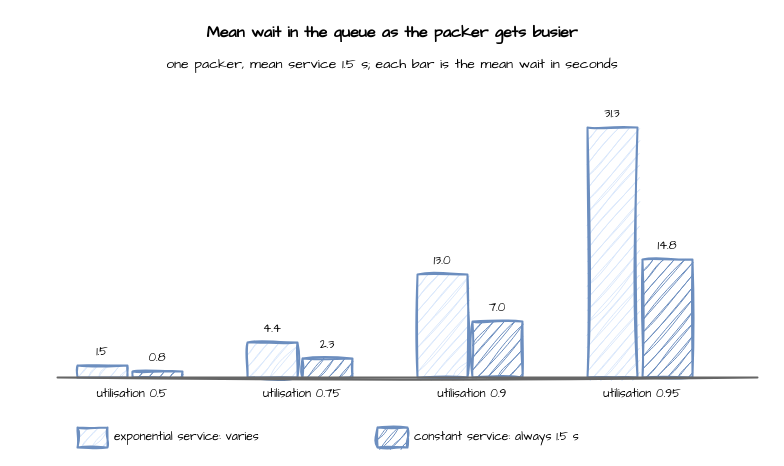
The draw.io diagram docs/assets/diagrams/wait-vs-utilization.drawio in jaehyeon-kim/desflow, before the edit. Source tidied: cells renumbered, new cells numbered last; positions are measured from the earlier drawing's top-left corner, leaving out a move shared by most shapes. Both pictures are drawn from the tidied source at 100%, with x=0, y=0 at pixel (17, 17).
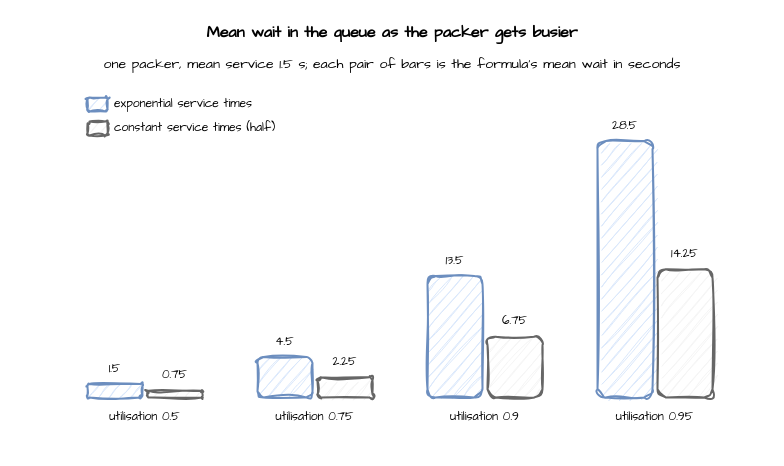
The same page after the edit.

Diff of the diagram source:
```diff
@@
-    <mxCell id="2" value="Mean wait in the queue as the packer gets busier" style="text;html=1;align=center;verticalAlign=middle;whiteSpace=wrap;fontFamily=Comic Sans MS;fontSize=16;fontStyle=1;" parent="1" vertex="1">
-      <mxGeometry width="750" height="30" as="geometry" />
-    </mxCell>
-    <mxCell id="3" value="one packer, mean service 1.5 s; each bar is the mean wait in seconds" style="text;html=1;align=center;verticalAlign=middle;whiteSpace=wrap;html=1;sketch=1;curveFitting=1;jiggle=2;fontFamily=Comic Sans MS;fontSize=14;" parent="1" vertex="1">
-      <mxGeometry y="32" width="750" height="30" as="geometry" />
+    <mxCell id="3" value="Mean wait in the queue as the packer gets busier" style="text;html=1;align=center;verticalAlign=middle;whiteSpace=wrap;sketch=1;curveFitting=1;jiggle=2;fontFamily=Comic Sans MS;fontSize=16;fontStyle=1;" parent="1" vertex="1">
+      <mxGeometry width="750" height="30" as="geometry" />
     </mxCell>
-    <mxCell id="4" style="rounded=1;whiteSpace=wrap;html=1;sketch=1;curveFitting=1;jiggle=2;fontFamily=Comic Sans MS;fontSize=14;fillColor=#dae8fc;strokeColor=#6c8ebf;strokeWidth=2;rounded=0;" parent="1" vertex="1">
-      <mxGeometry x="60" y="348" width="50" height="12" as="geometry" />
+    <mxCell id="4" value="one packer, mean service 1.5 s; each pair of bars is the formula's mean wait in seconds" style="text;html=1;align=center;verticalAlign=middle;whiteSpace=wrap;sketch=1;curveFitting=1;jiggle=2;fontFamily=Comic Sans MS;fontSize=14;" parent="1" vertex="1">
+      <mxGeometry y="32" width="750" height="30" as="geometry" />
     </mxCell>
-    <mxCell id="5" style="rounded=1;whiteSpace=wrap;html=1;sketch=1;curveFitting=1;jiggle=2;fontFamily=Comic Sans MS;fontSize=14;fillColor=#6c8ebf;strokeColor=#6c8ebf;strokeWidth=2;rounded=0;" parent="1" vertex="1">
-      <mxGeometry x="115" y="354" width="50" height="6" as="geometry" />
+    <mxCell id="5" style="rounded=1;whiteSpace=wrap;html=1;sketch=1;curveFitting=1;jiggle=2;fontFamily=Comic Sans MS;fontSize=14;fillColor=#dae8fc;strokeColor=#6c8ebf;strokeWidth=2;" parent="1" vertex="1">
+      <mxGeometry x="70" y="366.5" width="55" height="13.5" as="geometry" />
     </mxCell>
-    <mxCell id="6" value="1.5" style="text;html=1;align=center;verticalAlign=middle;whiteSpace=wrap;html=1;sketch=1;curveFitting=1;jiggle=2;fontFamily=Comic Sans MS;fontSize=14;fontSize=12;" parent="1" vertex="1">
-      <mxGeometry x="55" y="324" width="60" height="22" as="geometry" />
+    <mxCell id="6" style="rounded=1;whiteSpace=wrap;html=1;sketch=1;curveFitting=1;jiggle=2;fontFamily=Comic Sans MS;fontSize=14;fillColor=#f5f5f5;strokeColor=#666666;strokeWidth=2;" parent="1" vertex="1">
+      <mxGeometry x="130" y="373.2" width="55" height="6.8" as="geometry" />
     </mxCell>
-    <mxCell id="7" value="0.8" style="text;html=1;align=center;verticalAlign=middle;whiteSpace=wrap;html=1;sketch=1;curveFitting=1;jiggle=2;fontFamily=Comic Sans MS;fontSize=14;fontSize=12;" parent="1" vertex="1">
-      <mxGeometry x="110" y="330" width="60" height="22" as="geometry" />
+    <mxCell id="7" value="1.5" style="text;html=1;align=center;verticalAlign=middle;whiteSpace=wrap;sketch=1;curveFitting=1;jiggle=2;fontFamily=Comic Sans MS;fontSize=12;" parent="1" vertex="1">
+      <mxGeometry x="65" y="340.5" width="65" height="22" as="geometry" />
     </mxCell>
-    <mxCell id="8" value="utilisation 0.5" style="text;html=1;align=center;verticalAlign=middle;whiteSpace=wrap;html=1;sketch=1;curveFitting=1;jiggle=2;fontFamily=Comic Sans MS;fontSize=14;fontSize=12;" parent="1" vertex="1">
-      <mxGeometry x="50" y="365" width="130" height="24" as="geometry" />
+    <mxCell id="8" value="0.75" style="text;html=1;align=center;verticalAlign=middle;whiteSpace=wrap;sketch=1;curveFitting=1;jiggle=2;fontFamily=Comic Sans MS;fontSize=12;" parent="1" vertex="1">
+      <mxGeometry x="125" y="347.2" width="65" height="22" as="geometry" />
     </mxCell>
-    <mxCell id="9" style="rounded=1;whiteSpace=wrap;html=1;sketch=1;curveFitting=1;jiggle=2;fontFamily=Comic Sans MS;fontSize=14;fillColor=#dae8fc;strokeColor=#6c8ebf;strokeWidth=2;rounded=0;" parent="1" vertex="1">
-      <mxGeometry x="230" y="325" width="50" height="35" as="geometry" />
+    <mxCell id="9" value="utilisation 0.5" style="text;html=1;align=center;verticalAlign=middle;whiteSpace=wrap;sketch=1;curveFitting=1;jiggle=2;fontFamily=Comic Sans MS;fontSize=12;" parent="1" vertex="1">
+      <mxGeometry x="60" y="388" width="135" height="24" as="geometry" />
     </mxCell>
-    <mxCell id="10" style="rounded=1;whiteSpace=wrap;html=1;sketch=1;curveFitting=1;jiggle=2;fontFamily=Comic Sans MS;fontSize=14;fillColor=#6c8ebf;strokeColor=#6c8ebf;strokeWidth=2;rounded=0;" parent="1" vertex="1">
-      <mxGeometry x="285" y="341" width="50" height="19" as="geometry" />
+    <mxCell id="10" style="rounded=1;whiteSpace=wrap;html=1;sketch=1;curveFitting=1;jiggle=2;fontFamily=Comic Sans MS;fontSize=14;fillColor=#dae8fc;strokeColor=#6c8ebf;strokeWidth=2;" parent="1" vertex="1">
+      <mxGeometry x="240" y="339.5" width="55" height="40.5" as="geometry" />
     </mxCell>
-    <mxCell id="11" value="4.4" style="text;html=1;align=center;verticalAlign=middle;whiteSpace=wrap;html=1;sketch=1;curveFitting=1;jiggle=2;fontFamily=Comic Sans MS;fontSize=14;fontSize=12;" parent="1" vertex="1">
-      <mxGeometry x="225" y="301" width="60" height="22" as="geometry" />
+    <mxCell id="11" style="rounded=1;whiteSpace=wrap;html=1;sketch=1;curveFitting=1;jiggle=2;fontFamily=Comic Sans MS;fontSize=14;fillColor=#f5f5f5;strokeColor=#666666;strokeWidth=2;" parent="1" vertex="1">
+      <mxGeometry x="300" y="359.8" width="55" height="20.2" as="geometry" />
     </mxCell>
-    <mxCell id="12" value="2.3" style="text;html=1;align=center;verticalAlign=middle;whiteSpace=wrap;html=1;sketch=1;curveFitting=1;jiggle=2;fontFamily=Comic Sans MS;fontSize=14;fontSize=12;" parent="1" vertex="1">
-      <mxGeometry x="280" y="317" width="60" height="22" as="geometry" />
+    <mxCell id="12" value="4.5" style="text;html=1;align=center;verticalAlign=middle;whiteSpace=wrap;sketch=1;curveFitting=1;jiggle=2;fontFamily=Comic Sans MS;fontSize=12;" parent="1" vertex="1">
+      <mxGeometry x="235" y="313.5" width="65" height="22" as="geometry" />
     </mxCell>
-    <mxCell id="13" value="utilisation 0.75" style="text;html=1;align=center;verticalAlign=middle;whiteSpace=wrap;html=1;sketch=1;curveFitting=1;jiggle=2;fontFamily=Comic Sans MS;fontSize=14;fontSize=12;" parent="1" vertex="1">
-      <mxGeometry x="220" y="365" width="130" height="24" as="geometry" />
+    <mxCell id="13" value="2.25" style="text;html=1;align=center;verticalAlign=middle;whiteSpace=wrap;sketch=1;curveFitting=1;jiggle=2;fontFamily=Comic Sans MS;fontSize=12;" parent="1" vertex="1">
+      <mxGeometry x="295" y="333.8" width="65" height="22" as="geometry" />
     </mxCell>
-    <mxCell id="14" style="rounded=1;whiteSpace=wrap;html=1;sketch=1;curveFitting=1;jiggle=2;fontFamily=Comic Sans MS;fontSize=14;fillColor=#dae8fc;strokeColor=#6c8ebf;strokeWidth=2;rounded=0;" parent="1" vertex="1">
-      <mxGeometry x="400" y="257" width="50" height="103" as="geometry" />
+    <mxCell id="14" value="utilisation 0.75" style="text;html=1;align=center;verticalAlign=middle;whiteSpace=wrap;sketch=1;curveFitting=1;jiggle=2;fontFamily=Comic Sans MS;fontSize=12;" parent="1" vertex="1">
+      <mxGeometry x="230" y="388" width="135" height="24" as="geometry" />
     </mxCell>
-    <mxCell id="15" style="rounded=1;whiteSpace=wrap;html=1;sketch=1;curveFitting=1;jiggle=2;fontFamily=Comic Sans MS;fontSize=14;fillColor=#6c8ebf;strokeColor=#6c8ebf;strokeWidth=2;rounded=0;" parent="1" vertex="1">
-      <mxGeometry x="455" y="304" width="50" height="56" as="geometry" />
+    <mxCell id="15" style="rounded=1;whiteSpace=wrap;html=1;sketch=1;curveFitting=1;jiggle=2;fontFamily=Comic Sans MS;fontSize=14;fillColor=#dae8fc;strokeColor=#6c8ebf;strokeWidth=2;" parent="1" vertex="1">
+      <mxGeometry x="410" y="258.5" width="55" height="121.5" as="geometry" />
     </mxCell>
-    <mxCell id="16" value="13.0" style="text;html=1;align=center;verticalAlign=middle;whiteSpace=wrap;html=1;sketch=1;curveFitting=1;jiggle=2;fontFamily=Comic Sans MS;fontSize=14;fontSize=12;" parent="1" vertex="1">
-      <mxGeometry x="395" y="233" width="60" height="22" as="geometry" />
+    <mxCell id="16" style="rounded=1;whiteSpace=wrap;html=1;sketch=1;curveFitting=1;jiggle=2;fontFamily=Comic Sans MS;fontSize=14;fillColor=#f5f5f5;strokeColor=#666666;strokeWidth=2;" parent="1" vertex="1">
+      <mxGeometry x="470" y="319.2" width="55" height="60.8" as="geometry" />
     </mxCell>
-    <mxCell id="17" value="7.0" style="text;html=1;align=center;verticalAlign=middle;whiteSpace=wrap;html=1;sketch=1;curveFitting=1;jiggle=2;fontFamily=Comic Sans MS;fontSize=14;fontSize=12;" parent="1" vertex="1">
-      <mxGeometry x="450" y="280" width="60" height="22" as="geometry" />
+    <mxCell id="17" value="13.5" style="text;html=1;align=center;verticalAlign=middle;whiteSpace=wrap;sketch=1;curveFitting=1;jiggle=2;fontFamily=Comic Sans MS;fontSize=12;" parent="1" vertex="1">
+      <mxGeometry x="405" y="232.5" width="65" height="22" as="geometry" />
     </mxCell>
-    <mxCell id="18" value="utilisation 0.9" style="text;html=1;align=center;verticalAlign=middle;whiteSpace=wrap;html=1;sketch=1;curveFitting=1;jiggle=2;fontFamily=Comic Sans MS;fontSize=14;fontSize=12;" parent="1" vertex="1">
-      <mxGeometry x="390" y="365" width="130" height="24" as="geometry" />
+    <mxCell id="18" value="6.75" style="text;html=1;align=center;verticalAlign=middle;whiteSpace=wrap;sketch=1;curveFitting=1;jiggle=2;fontFamily=Comic Sans MS;fontSize=12;" parent="1" vertex="1">
+      <mxGeometry x="465" y="293.2" width="65" height="22" as="geometry" />
     </mxCell>
-    <mxCell id="19" style="rounded=1;whiteSpace=wrap;html=1;sketch=1;curveFitting=1;jiggle=2;fontFamily=Comic Sans MS;fontSize=14;fillColor=#dae8fc;strokeColor=#6c8ebf;strokeWidth=2;rounded=0;" parent="1" vertex="1">
-      <mxGeometry x="570" y="110" width="50" height="250" as="geometry" />
+    <mxCell id="19" value="utilisation 0.9" style="text;html=1;align=center;verticalAlign=middle;whiteSpace=wrap;sketch=1;curveFitting=1;jiggle=2;fontFamily=Comic Sans MS;fontSize=12;" parent="1" vertex="1">
+      <mxGeometry x="400" y="388" width="135" height="24" as="geometry" />
     </mxCell>
-    <mxCell id="20" style="rounded=1;whiteSpace=wrap;html=1;sketch=1;curveFitting=1;jiggle=2;fontFamily=Comic Sans MS;fontSize=14;fillColor=#6c8ebf;strokeColor=#6c8ebf;strokeWidth=2;rounded=0;" parent="1" vertex="1">
-      <mxGeometry x="625" y="242" width="50" height="118" as="geometry" />
+    <mxCell id="20" style="rounded=1;whiteSpace=wrap;html=1;sketch=1;curveFitting=1;jiggle=2;fontFamily=Comic Sans MS;fontSize=14;fillColor=#dae8fc;strokeColor=#6c8ebf;strokeWidth=2;" parent="1" vertex="1">
+      <mxGeometry x="580" y="123.5" width="55" height="256.5" as="geometry" />
     </mxCell>
-    <mxCell id="21" value="31.3" style="text;html=1;align=center;verticalAlign=middle;whiteSpace=wrap;html=1;sketch=1;curveFitting=1;jiggle=2;fontFamily=Comic Sans MS;fontSize=14;fontSize=12;" parent="1" vertex="1">
-      <mxGeometry x="565" y="86" width="60" height="22" as="geometry" />
+    <mxCell id="21" style="rounded=1;whiteSpace=wrap;html=1;sketch=1;curveFitting=1;jiggle=2;fontFamily=Comic Sans MS;fontSize=14;fillColor=#f5f5f5;strokeColor=#666666;strokeWidth=2;" parent="1" vertex="1">
+      <mxGeometry x="640" y="251.8" width="55" height="128.2" as="geometry" />
     </mxCell>
-    <mxCell id="22" value="14.8" style="text;html=1;align=center;verticalAlign=middle;whiteSpace=wrap;html=1;sketch=1;curveFitting=1;jiggle=2;fontFamily=Comic Sans MS;fontSize=14;fontSize=12;" parent="1" vertex="1">
-      <mxGeometry x="620" y="218" width="60" height="22" as="geometry" />
+    <mxCell id="22" value="28.5" style="text;html=1;align=center;verticalAlign=middle;whiteSpace=wrap;sketch=1;curveFitting=1;jiggle=2;fontFamily=Comic Sans MS;fontSize=12;" parent="1" vertex="1">
+      <mxGeometry x="575" y="97.5" width="65" height="22" as="geometry" />
     </mxCell>
-    <mxCell id="23" value="utilisation 0.95" style="text;html=1;align=center;verticalAlign=middle;whiteSpace=wrap;html=1;sketch=1;curveFitting=1;jiggle=2;fontFamily=Comic Sans MS;fontSize=14;fontSize=12;" parent="1" vertex="1">
-      <mxGeometry x="560" y="365" width="130" height="24" as="geometry" />
+    <mxCell id="23" value="14.25" style="text;html=1;align=center;verticalAlign=middle;whiteSpace=wrap;sketch=1;curveFitting=1;jiggle=2;fontFamily=Comic Sans MS;fontSize=12;" parent="1" vertex="1">
+      <mxGeometry x="635" y="225.8" width="65" height="22" as="geometry" />
     </mxCell>
-    <mxCell id="24" style="sketch=1;html=1;strokeWidth=2;endArrow=none;strokeColor=#666666;" parent="1" edge="1">
-      <mxGeometry relative="1" as="geometry">
-        <mxPoint x="40" y="360" as="sourcePoint" />
-        <mxPoint x="740" y="360" as="targetPoint" />
-      </mxGeometry>
+    <mxCell id="24" value="utilisation 0.95" style="text;html=1;align=center;verticalAlign=middle;whiteSpace=wrap;sketch=1;curveFitting=1;jiggle=2;fontFamily=Comic Sans MS;fontSize=12;" parent="1" vertex="1">
+      <mxGeometry x="570" y="388" width="135" height="24" as="geometry" />
     </mxCell>
-    <mxCell id="25" style="rounded=1;whiteSpace=wrap;html=1;sketch=1;curveFitting=1;jiggle=2;fontFamily=Comic Sans MS;fontSize=14;fillColor=#dae8fc;strokeColor=#6c8ebf;strokeWidth=2;rounded=0;" parent="1" vertex="1">
-      <mxGeometry x="60" y="410" width="30" height="20" as="geometry" />
+    <mxCell id="25" style="rounded=1;whiteSpace=wrap;html=1;sketch=1;curveFitting=1;jiggle=2;fontFamily=Comic Sans MS;fontSize=14;fillColor=#dae8fc;strokeColor=#6c8ebf;strokeWidth=2;" parent="1" vertex="1">
+      <mxGeometry x="70" y="80" width="20" height="14" as="geometry" />
     </mxCell>
-    <mxCell id="26" value="exponential service: varies" style="text;html=1;align=center;verticalAlign=middle;whiteSpace=wrap;html=1;sketch=1;curveFitting=1;jiggle=2;fontFamily=Comic Sans MS;fontSize=14;align=left;fontSize=12;" parent="1" vertex="1">
-      <mxGeometry x="95" y="408" width="230" height="24" as="geometry" />
+    <mxCell id="26" value="exponential service times" style="text;html=1;align=left;verticalAlign=middle;whiteSpace=wrap;sketch=1;curveFitting=1;jiggle=2;fontFamily=Comic Sans MS;fontSize=12;" parent="1" vertex="1">
+      <mxGeometry x="95" y="76" width="200" height="22" as="geometry" />
     </mxCell>
-    <mxCell id="27" style="rounded=1;whiteSpace=wrap;html=1;sketch=1;curveFitting=1;jiggle=2;fontFamily=Comic Sans MS;fontSize=14;fillColor=#6c8ebf;strokeColor=#6c8ebf;strokeWidth=2;rounded=0;" parent="1" vertex="1">
-      <mxGeometry x="360" y="410" width="30" height="20" as="geometry" />
+    <mxCell id="27" style="rounded=1;whiteSpace=wrap;html=1;sketch=1;curveFitting=1;jiggle=2;fontFamily=Comic Sans MS;fontSize=14;fillColor=#f5f5f5;strokeColor=#666666;strokeWidth=2;" parent="1" vertex="1">
+      <mxGeometry x="70" y="104" width="20" height="14" as="geometry" />
     </mxCell>
-    <mxCell id="28" value="constant service: always 1.5 s" style="text;html=1;align=center;verticalAlign=middle;whiteSpace=wrap;html=1;sketch=1;curveFitting=1;jiggle=2;fontFamily=Comic Sans MS;fontSize=14;align=left;fontSize=12;" parent="1" vertex="1">
-      <mxGeometry x="395" y="408" width="260" height="24" as="geometry" />
+    <mxCell id="28" value="constant service times (half)" style="text;html=1;align=left;verticalAlign=middle;whiteSpace=wrap;sketch=1;curveFitting=1;jiggle=2;fontFamily=Comic Sans MS;fontSize=12;" parent="1" vertex="1">
+      <mxGeometry x="95" y="100" width="200" height="22" as="geometry" />
     </mxCell>
```
